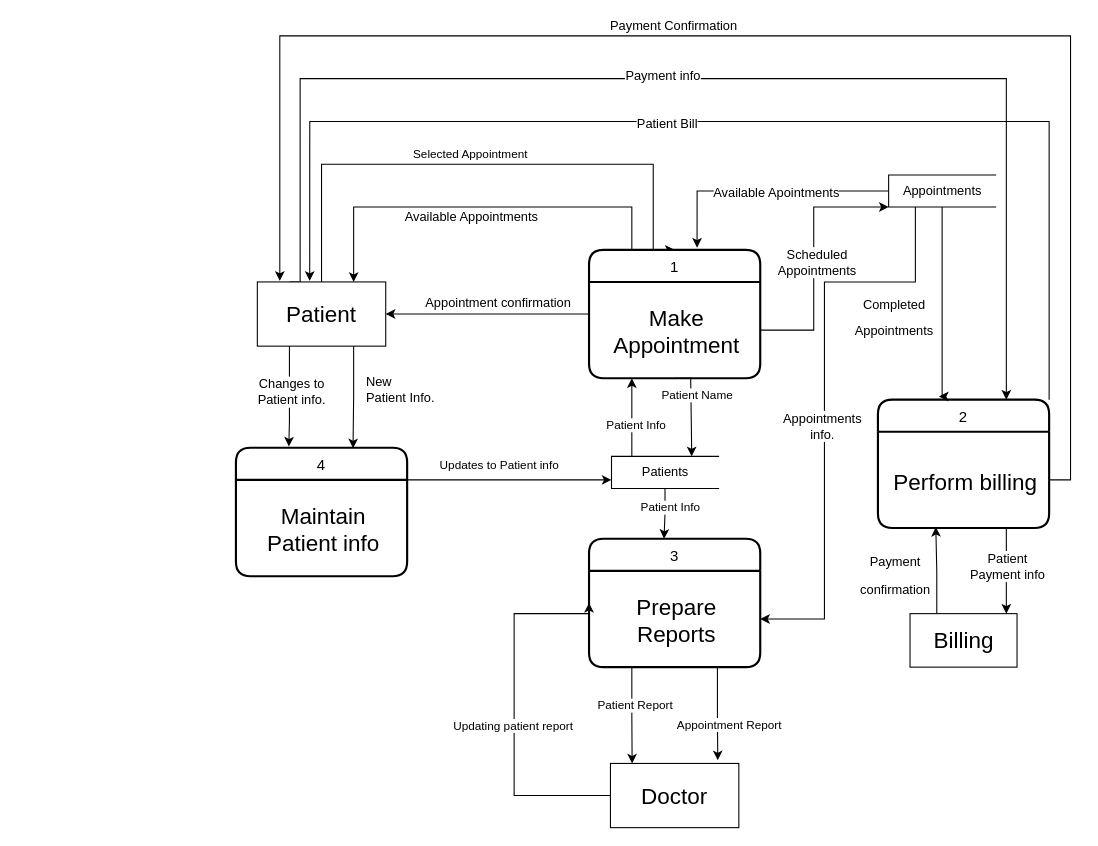
Above: doctor_channeling.drawio in anoxtovo/docc (draw.io), before the change. Source tidied: cells renumbered, new cells numbered last; positions are measured from the earlier drawing's top-left corner, leaving out a move shared by most shapes. Both pictures are drawn from the tidied source at 107%, with x=0, y=0 at pixel (235, 35).
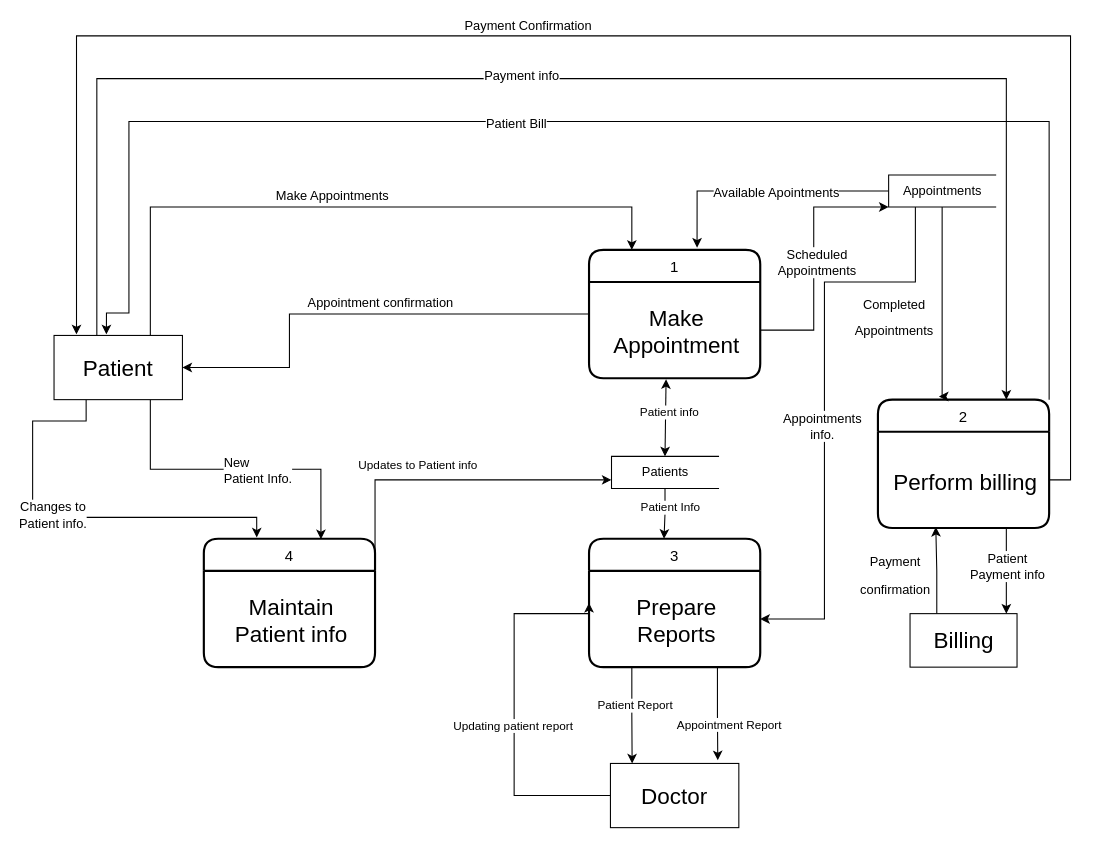
The same diagram, later.

Unchanged cells that the change refers to:
```xml
<mxCell id="18" value="1" style="swimlane;horizontal=1;startSize=30;rounded=1;fontSize=14;fontStyle=0;strokeWidth=2;shadow=0;dashed=0;align=center;" parent="1" vertex="1">
  <mxGeometry x="330" y="200" width="160" height="120" as="geometry" />
</mxCell>
<mxCell id="19" value="Make &#10;Appointment" style="align=center;strokeColor=none;fillColor=none;spacingLeft=4;fontSize=21;verticalAlign=middle;" parent="18" vertex="1">
  <mxGeometry y="30" width="160" height="90" as="geometry" />
</mxCell>
<mxCell id="32" value="Patients" style="html=1;dashed=0;whitespace=wrap;shape=partialRectangle;right=0;" parent="1" vertex="1">
  <mxGeometry x="351" y="393" width="100" height="30" as="geometry" />
</mxCell>
<mxCell id="39" value="2" style="swimlane;horizontal=1;startSize=30;rounded=1;fontSize=14;fontStyle=0;strokeWidth=2;shadow=0;dashed=0;align=center;" parent="1" vertex="1">
  <mxGeometry x="600" y="340" width="160" height="120" as="geometry" />
</mxCell>
<mxCell id="40" value="Perform billing" style="align=center;strokeColor=none;fillColor=none;spacingLeft=4;fontSize=21;verticalAlign=middle;" parent="39" vertex="1">
  <mxGeometry y="30" width="160" height="90" as="geometry" />
</mxCell>
```

Change to the diagram source:
```diff
@@
-    <mxCell id="2" style="edgeStyle=orthogonalEdgeStyle;rounded=0;jettySize=auto;html=1;exitX=0.5;exitY=0;exitDx=0;exitDy=0;entryX=0.5;entryY=0;entryDx=0;entryDy=0;" parent="1" edge="1" source="10" target="18">
-      <mxGeometry relative="1" as="geometry">
-        <Array as="points">
-          <mxPoint x="80" y="120" />
-          <mxPoint x="390" y="120" />
-          <mxPoint x="390" y="200" />
-        </Array>
-      </mxGeometry>
-    </mxCell>
-    <mxCell id="3" value="Selected Appointment" style="edgeLabel;html=1;align=center;verticalAlign=middle;" parent="2" vertex="1">
-      <mxGeometry x="-0.05" relative="1" as="geometry">
-        <mxPoint x="1" y="-10" as="offset" />
-      </mxGeometry>
-    </mxCell>
     <mxCell id="4" style="edgeStyle=orthogonalEdgeStyle;rounded=0;jettySize=auto;html=1;exitX=0.25;exitY=0;exitDx=0;exitDy=0;entryX=0.75;entryY=0;entryDx=0;entryDy=0;fontSize=12;" parent="1" edge="1" source="10" target="39">
       <mxGeometry relative="1" as="geometry">
         <Array as="points">
-          <mxPoint x="60" y="230" />
-          <mxPoint x="60" y="40" />
+          <mxPoint x="-130" y="280" />
+          <mxPoint x="-130" y="40" />
           <mxPoint x="720" y="40" />
         </Array>
       </mxGeometry>
     </mxCell>
@@
     <mxCell id="6" style="edgeStyle=orthogonalEdgeStyle;rounded=0;jettySize=auto;html=1;exitX=0.25;exitY=1;exitDx=0;exitDy=0;fontSize=12;entryX=0.309;entryY=-0.01;entryDx=0;entryDy=0;entryPerimeter=0;" parent="1" edge="1" source="10" target="14">
       <mxGeometry relative="1" as="geometry">
         <Array as="points">
-          <mxPoint x="50" y="360" />
+          <mxPoint x="-140" y="360" />
+          <mxPoint x="-190" y="360" />
+          <mxPoint x="-190" y="450" />
+          <mxPoint x="19" y="450" />
         </Array>
       </mxGeometry>
     </mxCell>
     <mxCell id="7" value="Changes to &lt;br&gt;Patient info." style="edgeLabel;html=1;align=center;verticalAlign=middle;fontSize=12;" parent="6" vertex="1">
       <mxGeometry x="-0.06" y="1" relative="1" as="geometry">
-        <mxPoint y="-2" as="offset" />
+        <mxPoint x="-4" y="-2" as="offset" />
       </mxGeometry>
     </mxCell>
@@
+    <mxCell id="2" style="edgeStyle=orthogonalEdgeStyle;rounded=0;jettySize=auto;html=1;exitX=0.75;exitY=0;exitDx=0;exitDy=0;entryX=0.25;entryY=0;entryDx=0;entryDy=0;" parent="1" edge="1" source="10" target="18">
+      <mxGeometry relative="1" as="geometry">
+        <Array as="points">
+          <mxPoint x="-80" y="160" />
+          <mxPoint x="370" y="160" />
+        </Array>
+      </mxGeometry>
+    </mxCell>
     <mxCell id="10" value="&lt;font style=&quot;font-size: 21px;&quot;&gt;Patient&lt;/font&gt;" style="rounded=0;whiteSpace=wrap;html=1;" parent="1" vertex="1">
-      <mxGeometry x="20" y="230" width="120" height="60" as="geometry" />
+      <mxGeometry x="-170" y="280" width="120" height="60" as="geometry" />
     </mxCell>
@@
     <mxCell id="14" value="4" style="swimlane;horizontal=1;startSize=30;rounded=1;fontSize=14;fontStyle=0;strokeWidth=2;shadow=0;dashed=0;align=center;" parent="1" vertex="1">
-      <mxGeometry y="385" width="160" height="120" as="geometry" />
+      <mxGeometry x="-30" y="470" width="160" height="120" as="geometry" />
     </mxCell>
@@
     <mxCell id="16" style="edgeStyle=orthogonalEdgeStyle;rounded=0;jettySize=auto;html=1;entryX=1;entryY=0.5;entryDx=0;entryDy=0;" parent="1" edge="1" source="18" target="10">
-      <mxGeometry relative="1" as="geometry" />
+      <mxGeometry relative="1" as="geometry">
+        <Array as="points">
+          <mxPoint x="50" y="260" />
+          <mxPoint x="50" y="310" />
+        </Array>
+      </mxGeometry>
     </mxCell>
-    <mxCell id="17" style="edgeStyle=orthogonalEdgeStyle;rounded=0;jettySize=auto;html=1;exitX=0.25;exitY=0;exitDx=0;exitDy=0;entryX=0.75;entryY=0;entryDx=0;entryDy=0;" parent="1" edge="1" source="18" target="10">
-      <mxGeometry relative="1" as="geometry">
-        <Array as="points">
-          <mxPoint x="370" y="160" />
-          <mxPoint x="110" y="160" />
-        </Array>
-      </mxGeometry>
-    </mxCell>
@@
     <mxCell id="20" value="Appointment confirmation" style="text;html=1;align=center;verticalAlign=middle;strokeColor=none;fillColor=none;" parent="1" vertex="1">
-      <mxGeometry x="170" y="240" width="150" height="20" as="geometry" />
+      <mxGeometry x="60" y="240" width="150" height="20" as="geometry" />
     </mxCell>
@@
-    <mxCell id="27" value="Available Appointments" style="text;html=1;align=center;verticalAlign=middle;strokeColor=none;fillColor=none;" parent="1" vertex="1">
-      <mxGeometry x="150" y="160" width="140" height="20" as="geometry" />
+    <mxCell id="27" value="Make Appointments" style="text;html=1;align=center;verticalAlign=middle;strokeColor=none;fillColor=none;" parent="1" vertex="1">
+      <mxGeometry x="30" y="140" width="120" height="20" as="geometry" />
     </mxCell>
-    <mxCell id="28" style="edgeStyle=orthogonalEdgeStyle;rounded=0;jettySize=auto;html=1;exitX=0.25;exitY=0;exitDx=0;exitDy=0;entryX=0.25;entryY=1;entryDx=0;entryDy=0;" parent="1" edge="1" source="32" target="19">
-      <mxGeometry relative="1" as="geometry">
-        <Array as="points">
-          <mxPoint x="370" y="400" />
-        </Array>
-      </mxGeometry>
-    </mxCell>
-    <mxCell id="29" value="Patient Info" style="edgeLabel;html=1;align=center;verticalAlign=middle;" parent="28" vertex="1">
-      <mxGeometry x="0.36" y="-3" relative="1" as="geometry">
-        <mxPoint y="13" as="offset" />
-      </mxGeometry>
-    </mxCell>
@@
-    <mxCell id="35" style="edgeStyle=orthogonalEdgeStyle;rounded=0;jettySize=auto;html=1;exitX=0.5;exitY=1;exitDx=0;exitDy=0;entryX=0.75;entryY=0;entryDx=0;entryDy=0;" parent="1" edge="1" source="19" target="32">
-      <mxGeometry relative="1" as="geometry">
-        <Array as="points">
-          <mxPoint x="425" y="320" />
-        </Array>
-      </mxGeometry>
-    </mxCell>
-    <mxCell id="36" value="Patient Name" style="edgeLabel;html=1;align=center;verticalAlign=middle;" parent="35" vertex="1">
-      <mxGeometry x="0.07" y="4" relative="1" as="geometry">
-        <mxPoint x="1" y="-16" as="offset" />
-      </mxGeometry>
-    </mxCell>
     <mxCell id="37" style="edgeStyle=orthogonalEdgeStyle;rounded=0;jettySize=auto;html=1;exitX=1;exitY=0;exitDx=0;exitDy=0;entryX=0.408;entryY=-0.017;entryDx=0;entryDy=0;entryPerimeter=0;fontSize=12;" parent="1" edge="1" source="39" target="10">
       <mxGeometry relative="1" as="geometry">
         <Array as="points">
           <mxPoint x="760" y="80" />
-          <mxPoint x="69" y="80" />
+          <mxPoint x="-100" y="80" />
+          <mxPoint x="-100" y="259" />
+          <mxPoint x="-121" y="259" />
         </Array>
       </mxGeometry>
     </mxCell>
@@
     <mxCell id="53" style="edgeStyle=orthogonalEdgeStyle;rounded=0;jettySize=auto;html=1;entryX=0.175;entryY=-0.017;entryDx=0;entryDy=0;entryPerimeter=0;fontSize=12;" parent="1" edge="1" source="40" target="10">
       <mxGeometry relative="1" as="geometry">
         <Array as="points">
           <mxPoint x="780" y="415" />
           <mxPoint x="780" />
-          <mxPoint x="41" />
+          <mxPoint x="-149" />
         </Array>
       </mxGeometry>
     </mxCell>
@@
+    <mxCell id="28" style="endArrow=classic;startArrow=classic;html=1;rounded=0;exitX=0.5;exitY=0;exitDx=0;exitDy=0;entryX=0.45;entryY=1.011;entryDx=0;entryDy=0;entryPerimeter=0;" parent="1" edge="1" source="32" target="19">
+      <mxGeometry relative="1" as="geometry" />
+    </mxCell>
+    <mxCell id="57" value="Patient info" style="edgeLabel;html=1;align=center;verticalAlign=middle;" parent="28" vertex="1">
+      <mxGeometry x="0.17" y="-3" relative="1" as="geometry" />
+    </mxCell>
```
